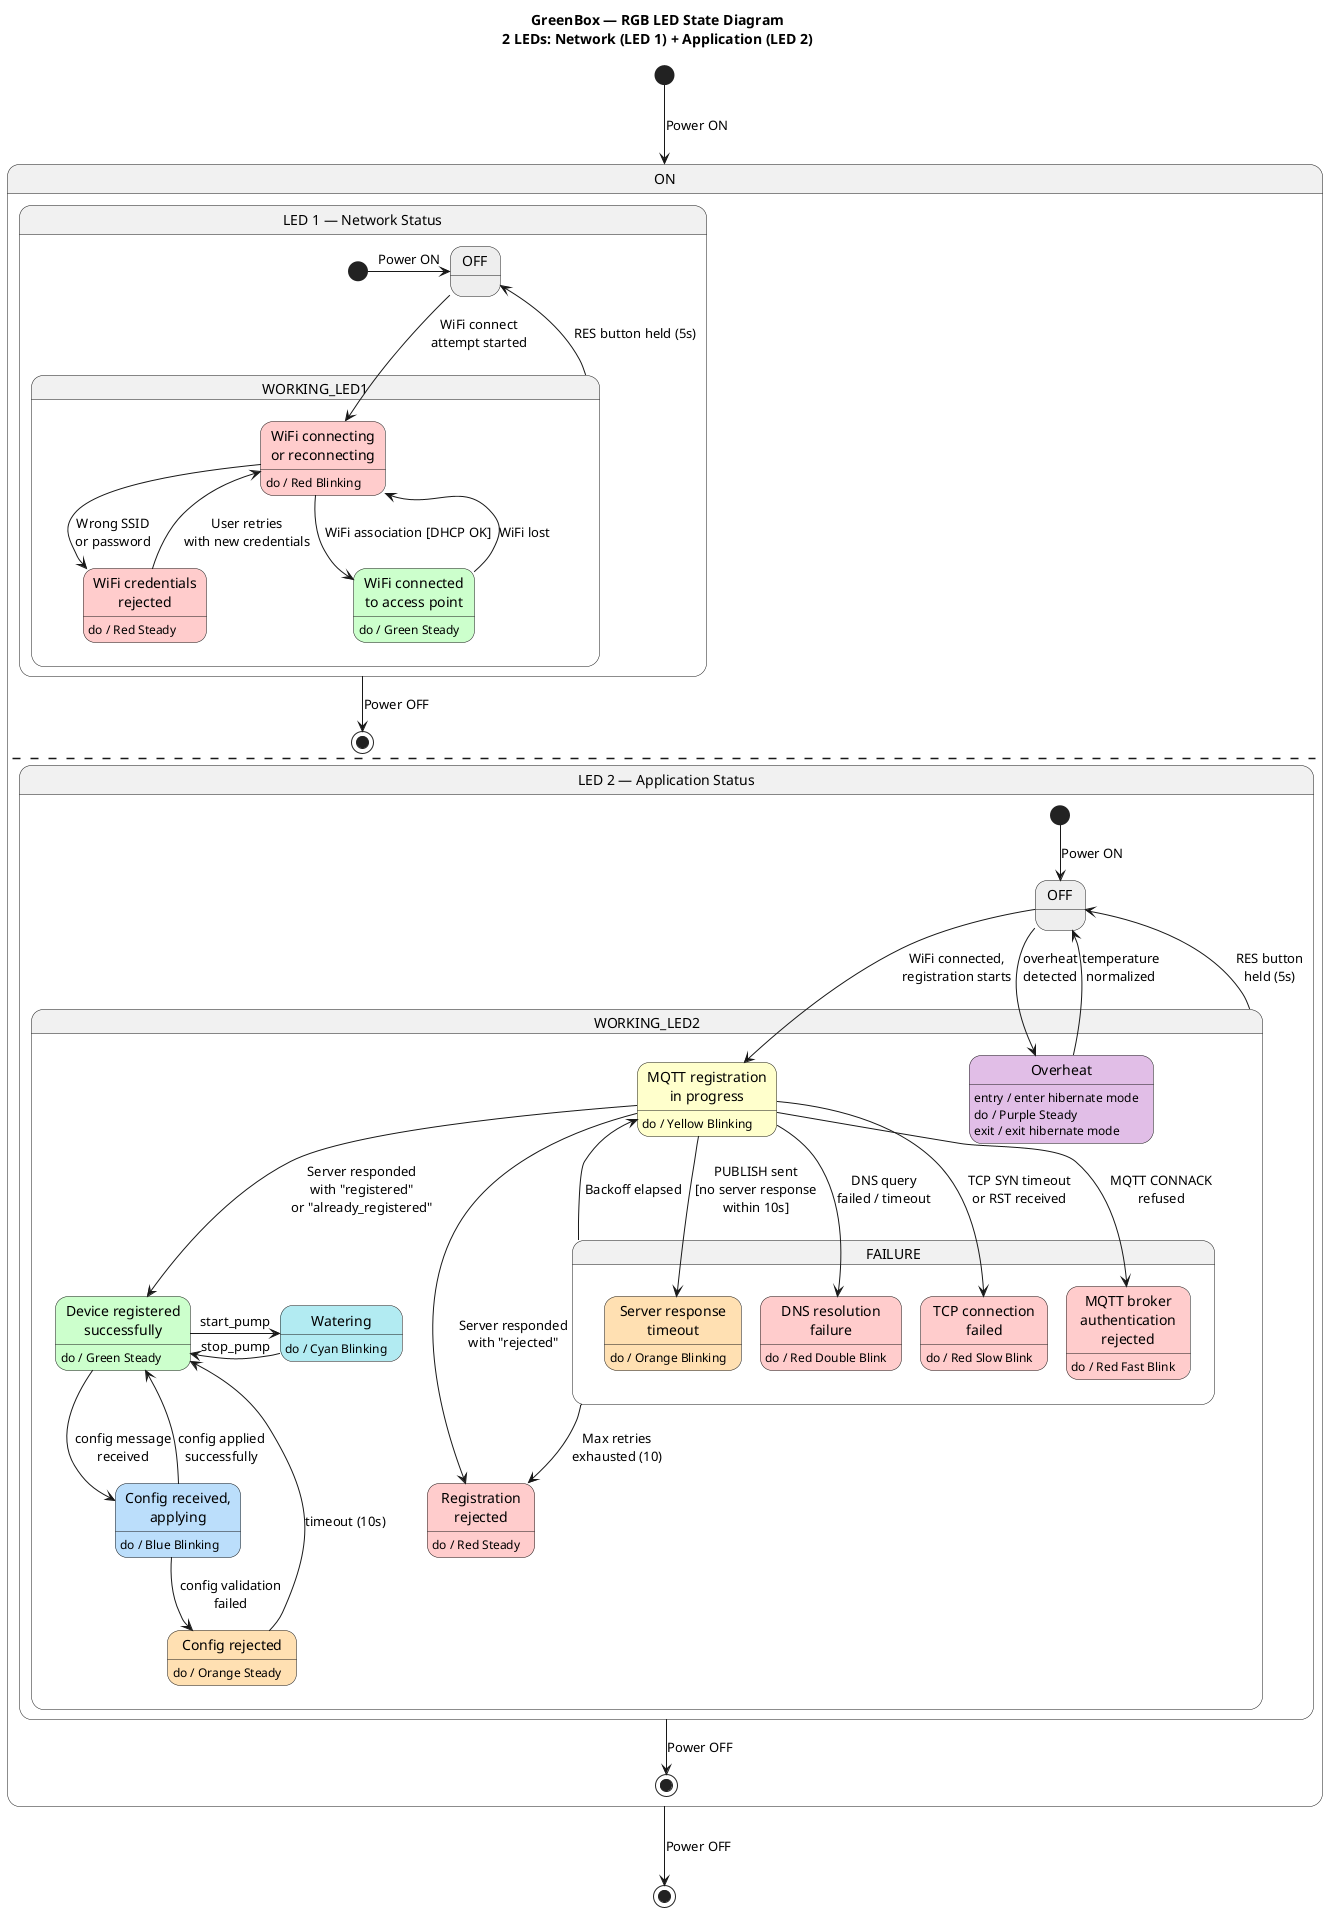
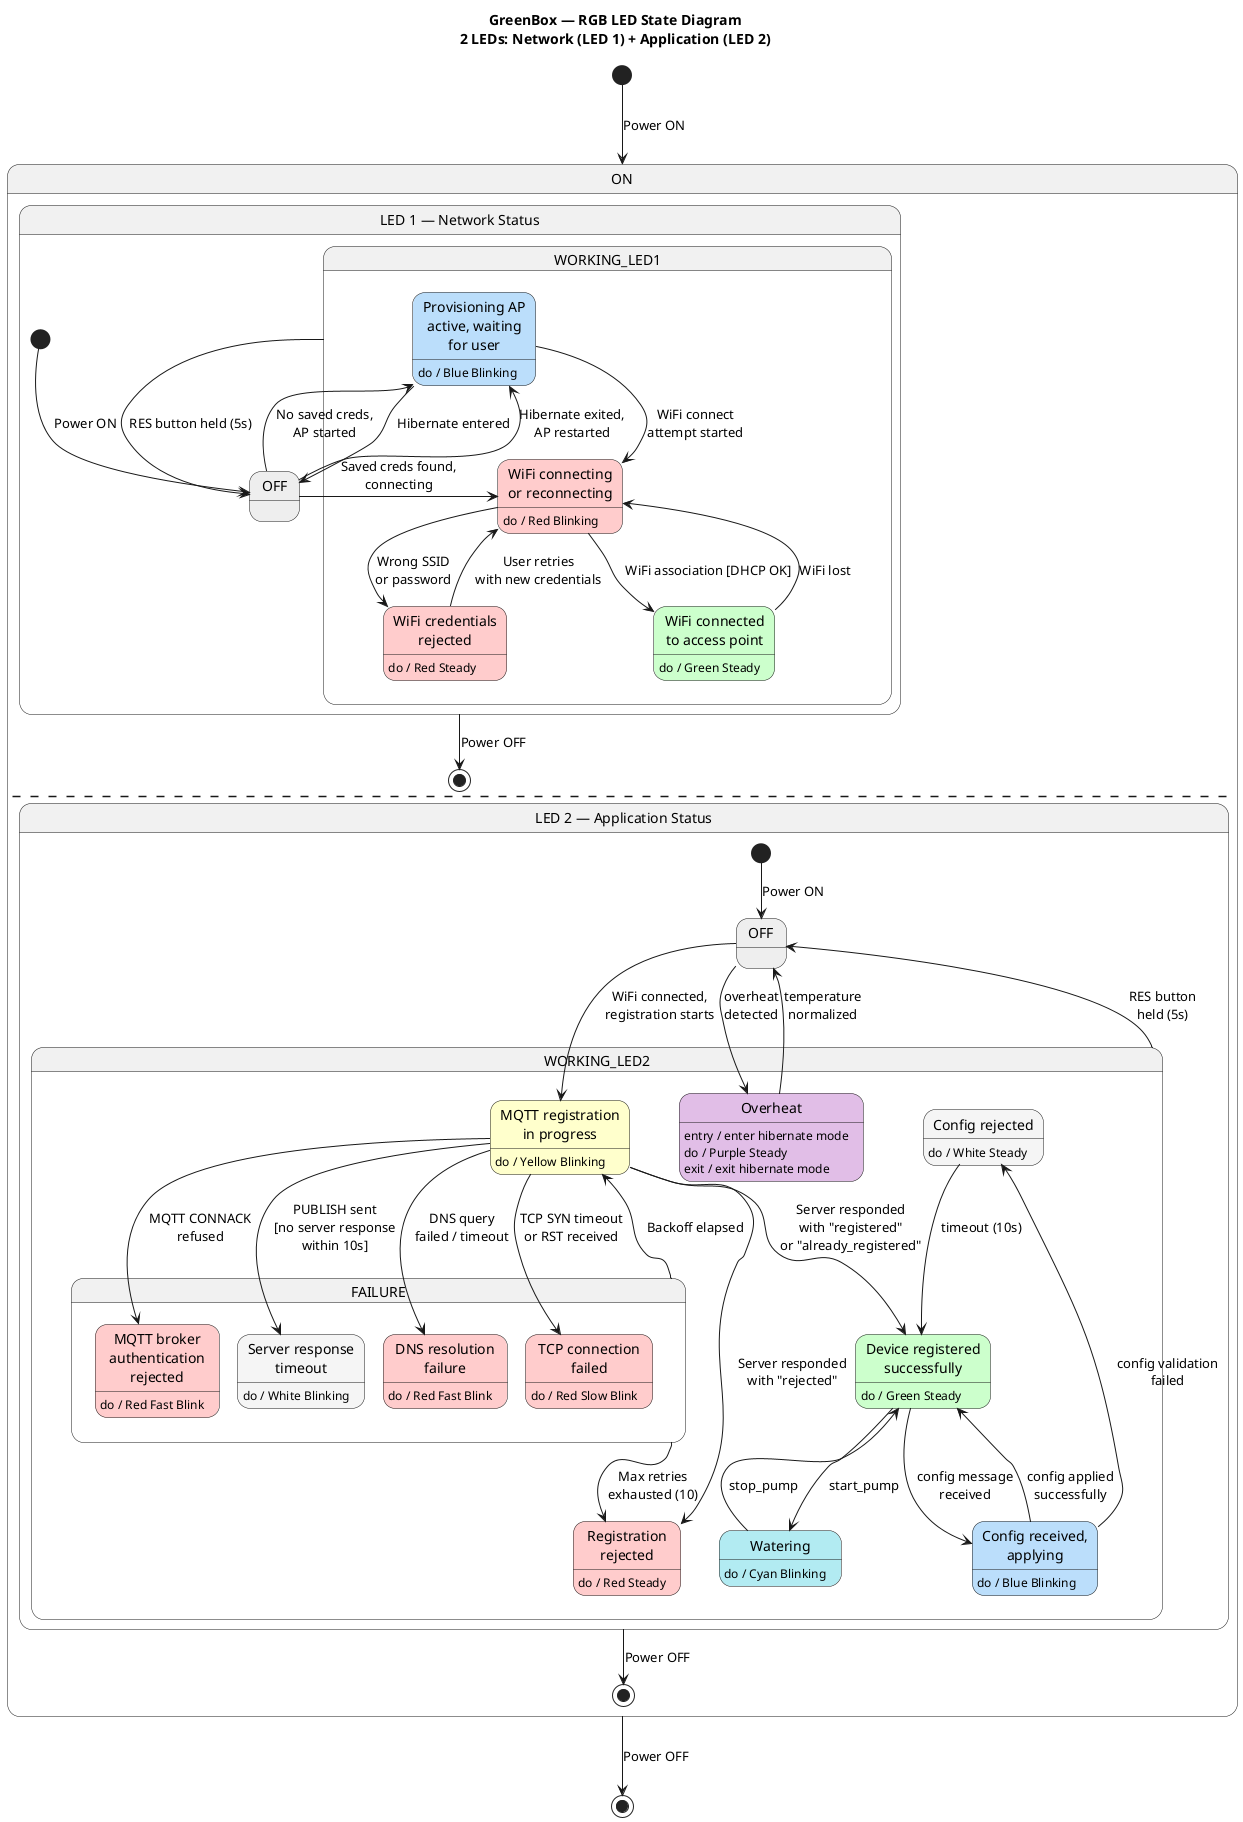
@startuml

title GreenBox — RGB LED State Diagram\n2 LEDs: Network (LED 1) + Application (LED 2)

skinparam state {
  BackgroundColor<<off>> #EEEEEE
  BackgroundColor<<red>> #FFCCCC
  BackgroundColor<<green>> #CCFFCC
  BackgroundColor<<yellow>> #FFFFCC
-   BackgroundColor<<orange>> #FFE0B2
+   BackgroundColor<<white>> #F5F5F5
  BackgroundColor<<purple>> #E1BEE7
  BackgroundColor<<blue>> #BBDEFB
  BackgroundColor<<cyan>> #B2EBF2
}

state "ON" as ON_STATE {
  state "LED 1 — Network Status" as LED1 {
-     [*] -> L1_OFF : Power ON
+     [*] --> L1_OFF : Power ON
    state "OFF" as L1_OFF <<off>>

    state WORKING_LED1 {
+       state "Provisioning AP\nactive, waiting\nfor user" as L1_BLUE_BLINK <<blue>> : do / Blue Blinking
      state "WiFi connecting\nor reconnecting" as L1_RED_BLINK <<red>> : do / Red Blinking
      state "WiFi credentials\nrejected" as L1_RED_STEADY <<red>> : do / Red Steady
      state "WiFi connected\nto access point" as L1_GREEN <<green>> : do / Green Steady

-       L1_OFF --> L1_RED_BLINK : WiFi connect\nattempt started
+       L1_OFF --> L1_BLUE_BLINK : No saved creds,\nAP started
+ 
+       L1_BLUE_BLINK --> L1_RED_BLINK : WiFi connect\nattempt started
+       L1_BLUE_BLINK --> L1_OFF : Hibernate entered
+ 
+       L1_OFF -up-> L1_BLUE_BLINK : Hibernate exited,\nAP restarted
+       L1_OFF --> L1_RED_BLINK : Saved creds found,\nconnecting

      L1_RED_BLINK --> L1_GREEN : WiFi association [DHCP OK]
      L1_RED_BLINK --> L1_RED_STEADY : Wrong SSID\nor password

      L1_RED_STEADY --> L1_RED_BLINK : User retries\nwith new credentials

      L1_GREEN --> L1_RED_BLINK : WiFi lost
    }
    WORKING_LED1 --> L1_OFF : RES button held (5s)
  }
  LED1 --> [*] : Power OFF

  ---

  state "LED 2 — Application Status" as LED2 {
    state "OFF" as L2_OFF <<off>>
    state WORKING_LED2 {
      state "MQTT registration\nin progress" as L2_YELLOW <<yellow>> : do / Yellow Blinking
      state "Registration\nrejected" as L2_RED_STEADY <<red>> : do / Red Steady
      state "Device registered\nsuccessfully" as L2_GREEN <<green>> : do / Green Steady
      state "Config received,\napplying" as L2_BLUE <<blue>> : do / Blue Blinking
-       state "Config rejected" as L2_ORANGE_CFG <<orange>> : do / Orange Steady
+       state "Config rejected" as L2_WHITE_CFG <<white>> : do / White Steady
      state "Watering" as L2_CYAN <<cyan>> : do / Cyan Blinking
      state "Overheat" as L2_PURPLE <<purple>> : entry / enter hibernate mode\ndo / Purple Steady\nexit / exit hibernate mode

      state FAILURE {
-         state "DNS resolution\nfailure" as L2_RED_DNS <<red>> : do / Red Double Blink
+         state "DNS resolution\nfailure" as L2_RED_DNS <<red>> : do / Red Fast Blink
        state "TCP connection\nfailed" as L2_RED_TCP <<red>> : do / Red Slow Blink
        state "MQTT broker\nauthentication\nrejected" as L2_RED_AUTH <<red>> : do / Red Fast Blink
-         state "Server response\ntimeout" as L2_ORANGE <<orange>> : do / Orange Blinking
+         state "Server response\ntimeout" as L2_WHITE <<white>> : do / White Blinking
      }
    }

    WORKING_LED2 --> L2_OFF : RES button\nheld (5s)

    [*] --> L2_OFF : Power ON

    L2_OFF --> L2_PURPLE : overheat\ndetected
    L2_PURPLE --> L2_OFF : temperature\nnormalized

    L2_OFF --> L2_YELLOW : WiFi connected,\nregistration starts

    L2_YELLOW --> L2_RED_DNS : DNS query\nfailed / timeout
    L2_YELLOW --> L2_RED_TCP : TCP SYN timeout\nor RST received
    L2_YELLOW --> L2_RED_AUTH : MQTT CONNACK\nrefused
-     L2_YELLOW --> L2_ORANGE : PUBLISH sent\n[no server response\nwithin 10s]
+     L2_YELLOW --> L2_WHITE : PUBLISH sent\n[no server response\nwithin 10s]
    L2_YELLOW --> L2_RED_STEADY : Server responded\nwith "rejected"
    L2_YELLOW --> L2_GREEN : Server responded\nwith "registered"\nor "already_registered"

    FAILURE --> L2_YELLOW : Backoff elapsed
    FAILURE --> L2_RED_STEADY : Max retries\nexhausted (10)

-     L2_GREEN -> L2_BLUE : config message\nreceived
-     L2_BLUE --> L2_GREEN : config applied\nsuccessfully
-     L2_BLUE --> L2_ORANGE_CFG : config validation\nfailed
-     L2_ORANGE_CFG --> L2_GREEN : timeout (10s)
+     L2_GREEN -up-> L2_BLUE : config message\nreceived
+     L2_BLUE -up-> L2_GREEN : config applied\nsuccessfully
+     L2_BLUE -up-> L2_WHITE_CFG : config validation\nfailed
+     L2_WHITE_CFG --> L2_GREEN : timeout (10s)

-     L2_GREEN -> L2_CYAN : start_pump
-     L2_CYAN -> L2_GREEN : stop_pump
+     L2_GREEN --> L2_CYAN : start_pump
+     L2_CYAN --> L2_GREEN : stop_pump
  }
  LED2 --> [*] : Power OFF
}

[*] --> ON_STATE : Power ON
ON_STATE --> [*] : Power OFF

@enduml
